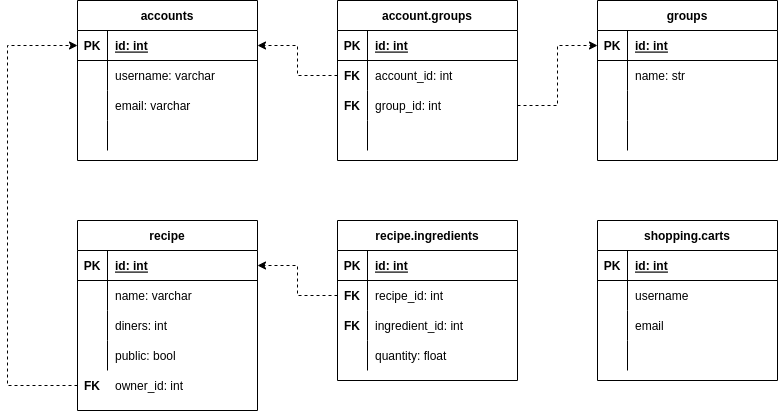
Earlier version of the draw.io export docs/images/draft-database.drawio.png (hoshiyosan/foodbro). Source tidied: cells renumbered, new cells last; positions are measured from the earlier drawing's top-left corner, leaving out a move shared by most shapes.
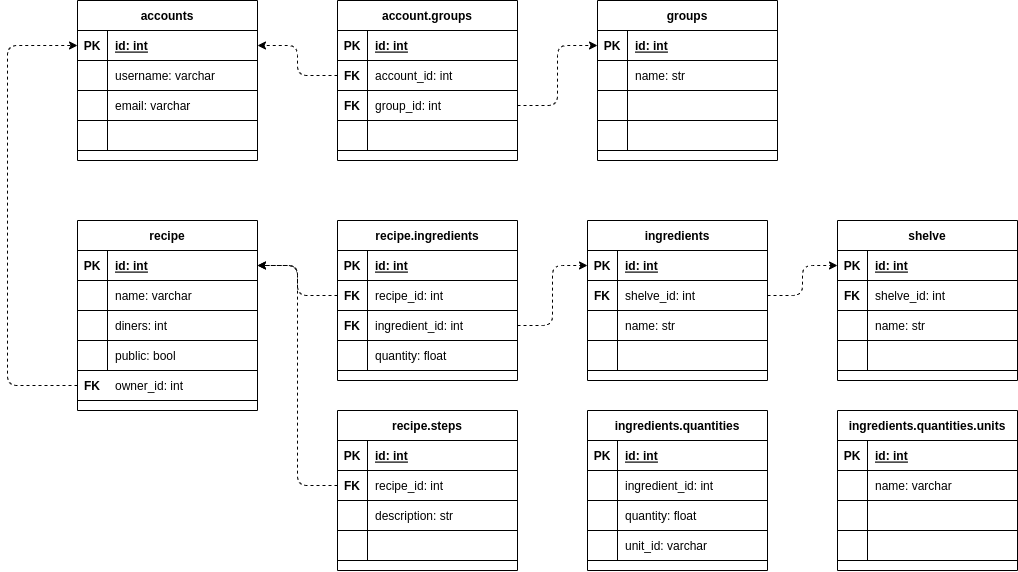
After the change.

Commit message:
Update draft database schema

The edit, as a diff of the source:
```diff
@@ -119,8 +119,8 @@
     <mxCell id="40" style="shape=partialRectangle;fillColor=none;top=0;left=0;bottom=0;right=0;align=left;spacingLeft=6;overflow=hidden;" parent="38" vertex="1">
       <mxGeometry x="30" width="150" height="30" as="geometry" />
     </mxCell>
-    <mxCell id="41" value="shopping.carts" style="shape=table;startSize=30;rowLines=0;fontStyle=1;align=center;" parent="1" vertex="1">
-      <mxGeometry x="590" y="220" width="180" height="160" as="geometry" />
+    <mxCell id="41" value="ingredients.quantities.units" style="shape=table;startSize=30;rowLines=0;fontStyle=1;align=center;" parent="1" vertex="1">
+      <mxGeometry x="830" y="410" width="180" height="160" as="geometry" />
     </mxCell>
     <mxCell id="42" style="shape=tableRow;horizontal=0;startSize=0;swimlaneHead=0;swimlaneBody=0;fillColor=none;top=0;left=0;right=0;bottom=1;" parent="41" vertex="1">
       <mxGeometry y="30" width="180" height="30" as="geometry" />
@@ -137,7 +137,7 @@
     <mxCell id="46" style="shape=partialRectangle;fillColor=none;top=0;left=0;bottom=0;right=0;overflow=hidden;" parent="45" vertex="1">
       <mxGeometry width="30" height="30" as="geometry" />
     </mxCell>
-    <mxCell id="47" value="username" style="shape=partialRectangle;fillColor=none;top=0;left=0;bottom=0;right=0;align=left;spacingLeft=6;overflow=hidden;" parent="45" vertex="1">
+    <mxCell id="47" value="name: varchar" style="shape=partialRectangle;fillColor=none;top=0;left=0;bottom=0;right=0;align=left;spacingLeft=6;overflow=hidden;" parent="45" vertex="1">
       <mxGeometry x="30" width="150" height="30" as="geometry" />
     </mxCell>
     <mxCell id="48" style="shape=tableRow;horizontal=0;startSize=0;swimlaneHead=0;swimlaneBody=0;fillColor=none;top=0;left=0;right=0;bottom=0;" parent="41" vertex="1">
@@ -146,7 +146,7 @@
     <mxCell id="49" style="shape=partialRectangle;fillColor=none;top=0;left=0;bottom=0;right=0;overflow=hidden;" parent="48" vertex="1">
       <mxGeometry width="30" height="30" as="geometry" />
     </mxCell>
-    <mxCell id="50" value="email" style="shape=partialRectangle;fillColor=none;top=0;left=0;bottom=0;right=0;align=left;spacingLeft=6;overflow=hidden;" parent="48" vertex="1">
+    <mxCell id="50" style="shape=partialRectangle;fillColor=none;top=0;left=0;bottom=0;right=0;align=left;spacingLeft=6;overflow=hidden;" parent="48" vertex="1">
       <mxGeometry x="30" width="150" height="30" as="geometry" />
     </mxCell>
     <mxCell id="51" style="shape=tableRow;horizontal=0;startSize=0;swimlaneHead=0;swimlaneBody=0;fillColor=none;top=0;left=0;right=0;bottom=0;" parent="41" vertex="1">
@@ -236,7 +236,7 @@
     <mxCell id="79" value="public: bool" style="shape=partialRectangle;fillColor=none;top=0;left=0;bottom=0;right=0;align=left;spacingLeft=6;overflow=hidden;" parent="77" vertex="1">
       <mxGeometry x="30" width="150" height="30" as="geometry" />
     </mxCell>
-    <mxCell id="80" style="edgeStyle=orthogonalEdgeStyle;rounded=0;jettySize=auto;html=1;exitX=0;exitY=0.5;exitDx=0;exitDy=0;entryX=0;entryY=0.5;entryDx=0;entryDy=0;dashed=1;" parent="1" edge="1" source="81" target="3">
+    <mxCell id="80" style="edgeStyle=orthogonalEdgeStyle;rounded=1;jettySize=auto;html=1;exitX=0;exitY=0.5;exitDx=0;exitDy=0;entryX=0;entryY=0.5;entryDx=0;entryDy=0;dashed=1;" parent="1" edge="1" source="81" target="3">
       <mxGeometry relative="1" as="geometry">
         <Array as="points">
           <mxPoint y="385" />
@@ -253,14 +253,179 @@
     <mxCell id="83" value="owner_id: int" style="shape=partialRectangle;fillColor=none;top=0;left=0;bottom=0;right=0;align=left;spacingLeft=6;overflow=hidden;" parent="81" vertex="1">
       <mxGeometry x="30" width="150" height="30" as="geometry" />
     </mxCell>
-    <mxCell id="84" style="edgeStyle=orthogonalEdgeStyle;rounded=0;jettySize=auto;html=1;exitX=0;exitY=0.5;exitDx=0;exitDy=0;entryX=1;entryY=0.5;entryDx=0;entryDy=0;dashed=1;" parent="1" edge="1" source="19" target="3">
+    <mxCell id="84" style="edgeStyle=orthogonalEdgeStyle;rounded=1;jettySize=auto;html=1;exitX=0;exitY=0.5;exitDx=0;exitDy=0;entryX=1;entryY=0.5;entryDx=0;entryDy=0;dashed=1;" parent="1" edge="1" source="19" target="3">
       <mxGeometry relative="1" as="geometry" />
     </mxCell>
-    <mxCell id="85" style="edgeStyle=orthogonalEdgeStyle;rounded=0;jettySize=auto;html=1;exitX=1;exitY=0.5;exitDx=0;exitDy=0;entryX=0;entryY=0.5;entryDx=0;entryDy=0;dashed=1;" parent="1" edge="1" source="22" target="29">
+    <mxCell id="85" style="edgeStyle=orthogonalEdgeStyle;rounded=1;jettySize=auto;html=1;exitX=1;exitY=0.5;exitDx=0;exitDy=0;entryX=0;entryY=0.5;entryDx=0;entryDy=0;dashed=1;" parent="1" edge="1" source="22" target="29">
       <mxGeometry relative="1" as="geometry" />
     </mxCell>
-    <mxCell id="86" style="edgeStyle=orthogonalEdgeStyle;rounded=0;jettySize=auto;html=1;exitX=0;exitY=0.5;exitDx=0;exitDy=0;entryX=1;entryY=0.5;entryDx=0;entryDy=0;dashed=1;" parent="1" edge="1" source="58" target="68">
+    <mxCell id="86" style="edgeStyle=orthogonalEdgeStyle;jettySize=auto;html=1;exitX=0;exitY=0.5;exitDx=0;exitDy=0;entryX=1;entryY=0.5;entryDx=0;entryDy=0;dashed=1;rounded=1;" parent="1" edge="1" source="58" target="68">
       <mxGeometry relative="1" as="geometry" />
     </mxCell>
+    <mxCell id="87" value="recipe.steps" style="shape=table;startSize=30;rowLines=0;fontStyle=1;align=center;" parent="1" vertex="1">
+      <mxGeometry x="330" y="410" width="180" height="160" as="geometry" />
+    </mxCell>
+    <mxCell id="88" style="shape=tableRow;horizontal=0;startSize=0;swimlaneHead=0;swimlaneBody=0;fillColor=none;top=0;left=0;right=0;bottom=1;" parent="87" vertex="1">
+      <mxGeometry y="30" width="180" height="30" as="geometry" />
+    </mxCell>
+    <mxCell id="89" value="PK" style="shape=partialRectangle;fillColor=none;top=0;left=0;bottom=0;right=0;fontStyle=1;overflow=hidden;" parent="88" vertex="1">
+      <mxGeometry width="30" height="30" as="geometry" />
+    </mxCell>
+    <mxCell id="90" value="id: int" style="shape=partialRectangle;fillColor=none;top=0;left=0;bottom=0;right=0;align=left;spacingLeft=6;fontStyle=5;overflow=hidden;" parent="88" vertex="1">
+      <mxGeometry x="30" width="150" height="30" as="geometry" />
+    </mxCell>
+    <mxCell id="91" style="shape=tableRow;horizontal=0;startSize=0;swimlaneHead=0;swimlaneBody=0;fillColor=none;points=[[0,0.5],[1,0.5]];portConstraint=eastwest;top=0;left=0;right=0;bottom=0;" parent="87" vertex="1">
+      <mxGeometry y="60" width="180" height="30" as="geometry" />
+    </mxCell>
+    <mxCell id="92" value="FK" style="shape=partialRectangle;fillColor=none;top=0;left=0;bottom=0;right=0;overflow=hidden;fontStyle=1;" parent="91" vertex="1">
+      <mxGeometry width="30" height="30" as="geometry" />
+    </mxCell>
+    <mxCell id="93" value="recipe_id: int" style="shape=partialRectangle;fillColor=none;top=0;left=0;bottom=0;right=0;align=left;spacingLeft=6;overflow=hidden;" parent="91" vertex="1">
+      <mxGeometry x="30" width="150" height="30" as="geometry" />
+    </mxCell>
+    <mxCell id="94" style="shape=tableRow;horizontal=0;startSize=0;swimlaneHead=0;swimlaneBody=0;fillColor=none;top=0;left=0;right=0;bottom=0;" parent="87" vertex="1">
+      <mxGeometry y="90" width="180" height="30" as="geometry" />
+    </mxCell>
+    <mxCell id="95" style="shape=partialRectangle;fillColor=none;top=0;left=0;bottom=0;right=0;overflow=hidden;fontStyle=1;" parent="94" vertex="1">
+      <mxGeometry width="30" height="30" as="geometry" />
+    </mxCell>
+    <mxCell id="96" value="description: str" style="shape=partialRectangle;fillColor=none;top=0;left=0;bottom=0;right=0;align=left;spacingLeft=6;overflow=hidden;" parent="94" vertex="1">
+      <mxGeometry x="30" width="150" height="30" as="geometry" />
+    </mxCell>
+    <mxCell id="97" style="shape=tableRow;horizontal=0;startSize=0;swimlaneHead=0;swimlaneBody=0;fillColor=none;top=0;left=0;right=0;bottom=0;" parent="87" vertex="1">
+      <mxGeometry y="120" width="180" height="30" as="geometry" />
+    </mxCell>
+    <mxCell id="98" style="shape=partialRectangle;fillColor=none;top=0;left=0;bottom=0;right=0;overflow=hidden;" parent="97" vertex="1">
+      <mxGeometry width="30" height="30" as="geometry" />
+    </mxCell>
+    <mxCell id="99" style="shape=partialRectangle;fillColor=none;top=0;left=0;bottom=0;right=0;align=left;spacingLeft=6;overflow=hidden;" parent="97" vertex="1">
+      <mxGeometry x="30" width="150" height="30" as="geometry" />
+    </mxCell>
+    <mxCell id="100" style="edgeStyle=orthogonalEdgeStyle;html=1;exitX=0;exitY=0.5;exitDx=0;exitDy=0;entryX=1;entryY=0.5;entryDx=0;entryDy=0;dashed=1;rounded=1;" parent="1" edge="1" source="91" target="68">
+      <mxGeometry relative="1" as="geometry" />
+    </mxCell>
+    <mxCell id="101" value="ingredients" style="shape=table;startSize=30;rowLines=0;fontStyle=1;align=center;" parent="1" vertex="1">
+      <mxGeometry x="580" y="220" width="180" height="160" as="geometry" />
+    </mxCell>
+    <mxCell id="102" style="shape=tableRow;horizontal=0;startSize=0;swimlaneHead=0;swimlaneBody=0;fillColor=none;points=[[0,0.5],[1,0.5]];portConstraint=eastwest;top=0;left=0;right=0;bottom=1;" parent="101" vertex="1">
+      <mxGeometry y="30" width="180" height="30" as="geometry" />
+    </mxCell>
+    <mxCell id="103" value="PK" style="shape=partialRectangle;fillColor=none;top=0;left=0;bottom=0;right=0;fontStyle=1;overflow=hidden;" parent="102" vertex="1">
+      <mxGeometry width="30" height="30" as="geometry" />
+    </mxCell>
+    <mxCell id="104" value="id: int" style="shape=partialRectangle;fillColor=none;top=0;left=0;bottom=0;right=0;align=left;spacingLeft=6;fontStyle=5;overflow=hidden;" parent="102" vertex="1">
+      <mxGeometry x="30" width="150" height="30" as="geometry" />
+    </mxCell>
+    <mxCell id="105" style="shape=tableRow;horizontal=0;startSize=0;swimlaneHead=0;swimlaneBody=0;fillColor=none;points=[[0,0.5],[1,0.5]];portConstraint=eastwest;top=0;left=0;right=0;bottom=0;" parent="101" vertex="1">
+      <mxGeometry y="60" width="180" height="30" as="geometry" />
+    </mxCell>
+    <mxCell id="106" value="FK" style="shape=partialRectangle;fillColor=none;top=0;left=0;bottom=0;right=0;overflow=hidden;fontStyle=1;" parent="105" vertex="1">
+      <mxGeometry width="30" height="30" as="geometry" />
+    </mxCell>
+    <mxCell id="107" value="shelve_id: int" style="shape=partialRectangle;fillColor=none;top=0;left=0;bottom=0;right=0;align=left;spacingLeft=6;overflow=hidden;" parent="105" vertex="1">
+      <mxGeometry x="30" width="150" height="30" as="geometry" />
+    </mxCell>
+    <mxCell id="108" style="shape=tableRow;horizontal=0;startSize=0;swimlaneHead=0;swimlaneBody=0;fillColor=none;top=0;left=0;right=0;bottom=0;" parent="101" vertex="1">
+      <mxGeometry y="90" width="180" height="30" as="geometry" />
+    </mxCell>
+    <mxCell id="109" style="shape=partialRectangle;fillColor=none;top=0;left=0;bottom=0;right=0;overflow=hidden;fontStyle=1;" parent="108" vertex="1">
+      <mxGeometry width="30" height="30" as="geometry" />
+    </mxCell>
+    <mxCell id="110" value="name: str" style="shape=partialRectangle;fillColor=none;top=0;left=0;bottom=0;right=0;align=left;spacingLeft=6;overflow=hidden;" parent="108" vertex="1">
+      <mxGeometry x="30" width="150" height="30" as="geometry" />
+    </mxCell>
+    <mxCell id="111" style="shape=tableRow;horizontal=0;startSize=0;swimlaneHead=0;swimlaneBody=0;fillColor=none;top=0;left=0;right=0;bottom=0;" parent="101" vertex="1">
+      <mxGeometry y="120" width="180" height="30" as="geometry" />
+    </mxCell>
+    <mxCell id="112" style="shape=partialRectangle;fillColor=none;top=0;left=0;bottom=0;right=0;overflow=hidden;" parent="111" vertex="1">
+      <mxGeometry width="30" height="30" as="geometry" />
+    </mxCell>
+    <mxCell id="113" style="shape=partialRectangle;fillColor=none;top=0;left=0;bottom=0;right=0;align=left;spacingLeft=6;overflow=hidden;" parent="111" vertex="1">
+      <mxGeometry x="30" width="150" height="30" as="geometry" />
+    </mxCell>
+    <mxCell id="114" style="edgeStyle=orthogonalEdgeStyle;html=1;exitX=1;exitY=0.5;exitDx=0;exitDy=0;entryX=0;entryY=0.5;entryDx=0;entryDy=0;dashed=1;" parent="1" edge="1" source="61" target="102">
+      <mxGeometry relative="1" as="geometry" />
+    </mxCell>
+    <mxCell id="115" value="shelve" style="shape=table;startSize=30;rowLines=0;fontStyle=1;align=center;" parent="1" vertex="1">
+      <mxGeometry x="830" y="220" width="180" height="160" as="geometry" />
+    </mxCell>
+    <mxCell id="116" style="shape=tableRow;horizontal=0;startSize=0;swimlaneHead=0;swimlaneBody=0;fillColor=none;points=[[0,0.5],[1,0.5]];portConstraint=eastwest;top=0;left=0;right=0;bottom=1;" parent="115" vertex="1">
+      <mxGeometry y="30" width="180" height="30" as="geometry" />
+    </mxCell>
+    <mxCell id="117" value="PK" style="shape=partialRectangle;fillColor=none;top=0;left=0;bottom=0;right=0;fontStyle=1;overflow=hidden;" parent="116" vertex="1">
+      <mxGeometry width="30" height="30" as="geometry" />
+    </mxCell>
+    <mxCell id="118" value="id: int" style="shape=partialRectangle;fillColor=none;top=0;left=0;bottom=0;right=0;align=left;spacingLeft=6;fontStyle=5;overflow=hidden;" parent="116" vertex="1">
+      <mxGeometry x="30" width="150" height="30" as="geometry" />
+    </mxCell>
+    <mxCell id="119" style="shape=tableRow;horizontal=0;startSize=0;swimlaneHead=0;swimlaneBody=0;fillColor=none;top=0;left=0;right=0;bottom=0;" parent="115" vertex="1">
+      <mxGeometry y="60" width="180" height="30" as="geometry" />
+    </mxCell>
+    <mxCell id="120" value="FK" style="shape=partialRectangle;fillColor=none;top=0;left=0;bottom=0;right=0;overflow=hidden;fontStyle=1;" parent="119" vertex="1">
+      <mxGeometry width="30" height="30" as="geometry" />
+    </mxCell>
+    <mxCell id="121" value="shelve_id: int" style="shape=partialRectangle;fillColor=none;top=0;left=0;bottom=0;right=0;align=left;spacingLeft=6;overflow=hidden;" parent="119" vertex="1">
+      <mxGeometry x="30" width="150" height="30" as="geometry" />
+    </mxCell>
+    <mxCell id="122" style="shape=tableRow;horizontal=0;startSize=0;swimlaneHead=0;swimlaneBody=0;fillColor=none;top=0;left=0;right=0;bottom=0;" parent="115" vertex="1">
+      <mxGeometry y="90" width="180" height="30" as="geometry" />
+    </mxCell>
+    <mxCell id="123" style="shape=partialRectangle;fillColor=none;top=0;left=0;bottom=0;right=0;overflow=hidden;fontStyle=1;" parent="122" vertex="1">
+      <mxGeometry width="30" height="30" as="geometry" />
+    </mxCell>
+    <mxCell id="124" value="name: str" style="shape=partialRectangle;fillColor=none;top=0;left=0;bottom=0;right=0;align=left;spacingLeft=6;overflow=hidden;" parent="122" vertex="1">
+      <mxGeometry x="30" width="150" height="30" as="geometry" />
+    </mxCell>
+    <mxCell id="125" style="shape=tableRow;horizontal=0;startSize=0;swimlaneHead=0;swimlaneBody=0;fillColor=none;top=0;left=0;right=0;bottom=0;" parent="115" vertex="1">
+      <mxGeometry y="120" width="180" height="30" as="geometry" />
+    </mxCell>
+    <mxCell id="126" style="shape=partialRectangle;fillColor=none;top=0;left=0;bottom=0;right=0;overflow=hidden;" parent="125" vertex="1">
+      <mxGeometry width="30" height="30" as="geometry" />
+    </mxCell>
+    <mxCell id="127" style="shape=partialRectangle;fillColor=none;top=0;left=0;bottom=0;right=0;align=left;spacingLeft=6;overflow=hidden;" parent="125" vertex="1">
+      <mxGeometry x="30" width="150" height="30" as="geometry" />
+    </mxCell>
+    <mxCell id="128" style="edgeStyle=orthogonalEdgeStyle;rounded=1;html=1;exitX=1;exitY=0.5;exitDx=0;exitDy=0;dashed=1;" parent="1" edge="1" source="105" target="116">
+      <mxGeometry relative="1" as="geometry" />
+    </mxCell>
+    <mxCell id="129" value="ingredients.quantities" style="shape=table;startSize=30;rowLines=0;fontStyle=1;align=center;" parent="1" vertex="1">
+      <mxGeometry x="580" y="410" width="180" height="160" as="geometry" />
+    </mxCell>
+    <mxCell id="130" style="shape=tableRow;horizontal=0;startSize=0;swimlaneHead=0;swimlaneBody=0;fillColor=none;top=0;left=0;right=0;bottom=1;" parent="129" vertex="1">
+      <mxGeometry y="30" width="180" height="30" as="geometry" />
+    </mxCell>
+    <mxCell id="131" value="PK" style="shape=partialRectangle;fillColor=none;top=0;left=0;bottom=0;right=0;fontStyle=1;overflow=hidden;" parent="130" vertex="1">
+      <mxGeometry width="30" height="30" as="geometry" />
+    </mxCell>
+    <mxCell id="132" value="id: int" style="shape=partialRectangle;fillColor=none;top=0;left=0;bottom=0;right=0;align=left;spacingLeft=6;fontStyle=5;overflow=hidden;" parent="130" vertex="1">
+      <mxGeometry x="30" width="150" height="30" as="geometry" />
+    </mxCell>
+    <mxCell id="133" style="shape=tableRow;horizontal=0;startSize=0;swimlaneHead=0;swimlaneBody=0;fillColor=none;top=0;left=0;right=0;bottom=0;" parent="129" vertex="1">
+      <mxGeometry y="60" width="180" height="30" as="geometry" />
+    </mxCell>
+    <mxCell id="134" style="shape=partialRectangle;fillColor=none;top=0;left=0;bottom=0;right=0;overflow=hidden;" parent="133" vertex="1">
+      <mxGeometry width="30" height="30" as="geometry" />
+    </mxCell>
+    <mxCell id="135" value="ingredient_id: int" style="shape=partialRectangle;fillColor=none;top=0;left=0;bottom=0;right=0;align=left;spacingLeft=6;overflow=hidden;" parent="133" vertex="1">
+      <mxGeometry x="30" width="150" height="30" as="geometry" />
+    </mxCell>
+    <mxCell id="136" style="shape=tableRow;horizontal=0;startSize=0;swimlaneHead=0;swimlaneBody=0;fillColor=none;top=0;left=0;right=0;bottom=0;" parent="129" vertex="1">
+      <mxGeometry y="90" width="180" height="30" as="geometry" />
+    </mxCell>
+    <mxCell id="137" style="shape=partialRectangle;fillColor=none;top=0;left=0;bottom=0;right=0;overflow=hidden;" parent="136" vertex="1">
+      <mxGeometry width="30" height="30" as="geometry" />
+    </mxCell>
+    <mxCell id="138" value="quantity: float" style="shape=partialRectangle;fillColor=none;top=0;left=0;bottom=0;right=0;align=left;spacingLeft=6;overflow=hidden;" parent="136" vertex="1">
+      <mxGeometry x="30" width="150" height="30" as="geometry" />
+    </mxCell>
+    <mxCell id="139" style="shape=tableRow;horizontal=0;startSize=0;swimlaneHead=0;swimlaneBody=0;fillColor=none;top=0;left=0;right=0;bottom=0;" parent="129" vertex="1">
+      <mxGeometry y="120" width="180" height="30" as="geometry" />
+    </mxCell>
+    <mxCell id="140" style="shape=partialRectangle;fillColor=none;top=0;left=0;bottom=0;right=0;overflow=hidden;" parent="139" vertex="1">
+      <mxGeometry width="30" height="30" as="geometry" />
+    </mxCell>
+    <mxCell id="141" value="unit_id: varchar" style="shape=partialRectangle;fillColor=none;top=0;left=0;bottom=0;right=0;align=left;spacingLeft=6;overflow=hidden;" parent="139" vertex="1">
+      <mxGeometry x="30" width="150" height="30" as="geometry" />
+    </mxCell>
   </root>
 </mxGraphModel>
```
